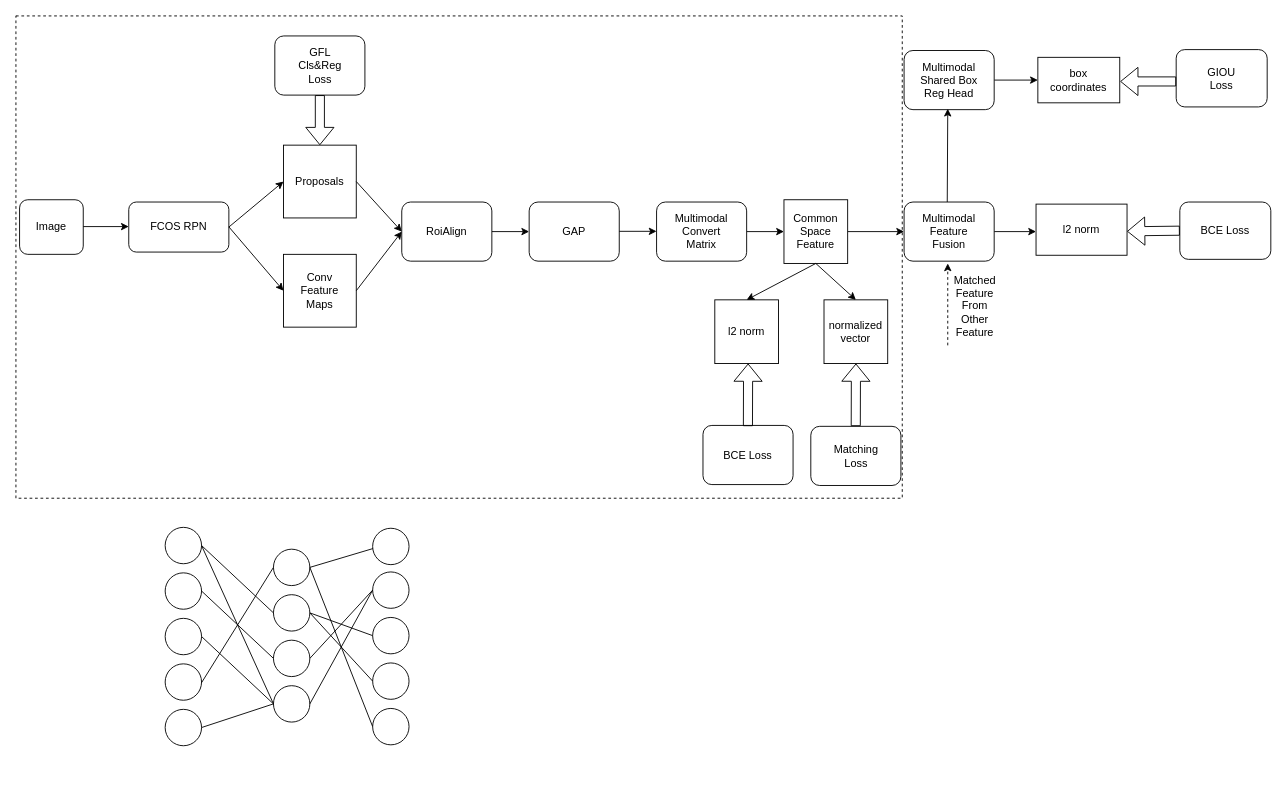
thb1314/for_draw_io keeps this draw.io diagram as 多模态目标检测.drawio. Above is the earlier version. Source tidied: cells renumbered, new cells numbered last; positions are measured from the earlier drawing's top-left corner, leaving out a move shared by most shapes. Both pictures are drawn from the tidied source at 91%, with x=0, y=0 at pixel (15, 15).
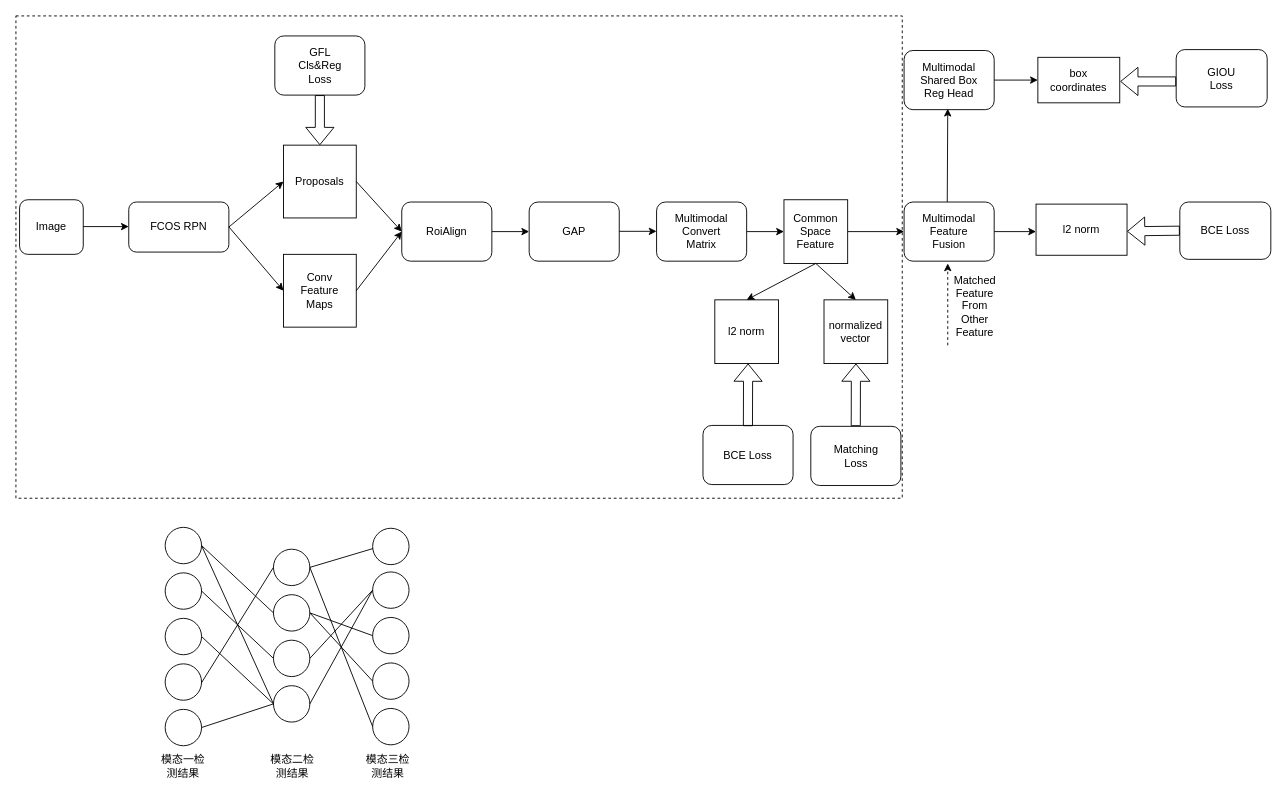
Above is the later version.

Commit message:
更新多模态目标检测.drawio

Diff of the diagram source:
```diff
@@
+    <mxCell id="69" value="模态一检测结果" style="text;html=1;strokeColor=none;fillColor=none;align=center;verticalAlign=middle;whiteSpace=wrap;rounded=0;" parent="1" vertex="1">
+      <mxGeometry x="154" y="810" width="60" height="30" as="geometry" />
+    </mxCell>
+    <mxCell id="70" value="模态二检测结果" style="text;html=1;strokeColor=none;fillColor=none;align=center;verticalAlign=middle;whiteSpace=wrap;rounded=0;" parent="1" vertex="1">
+      <mxGeometry x="274" y="810" width="60" height="30" as="geometry" />
+    </mxCell>
+    <mxCell id="71" value="模态三检测结果" style="text;html=1;strokeColor=none;fillColor=none;align=center;verticalAlign=middle;whiteSpace=wrap;rounded=0;" parent="1" vertex="1">
+      <mxGeometry x="379" y="810" width="60" height="30" as="geometry" />
+    </mxCell>
```
